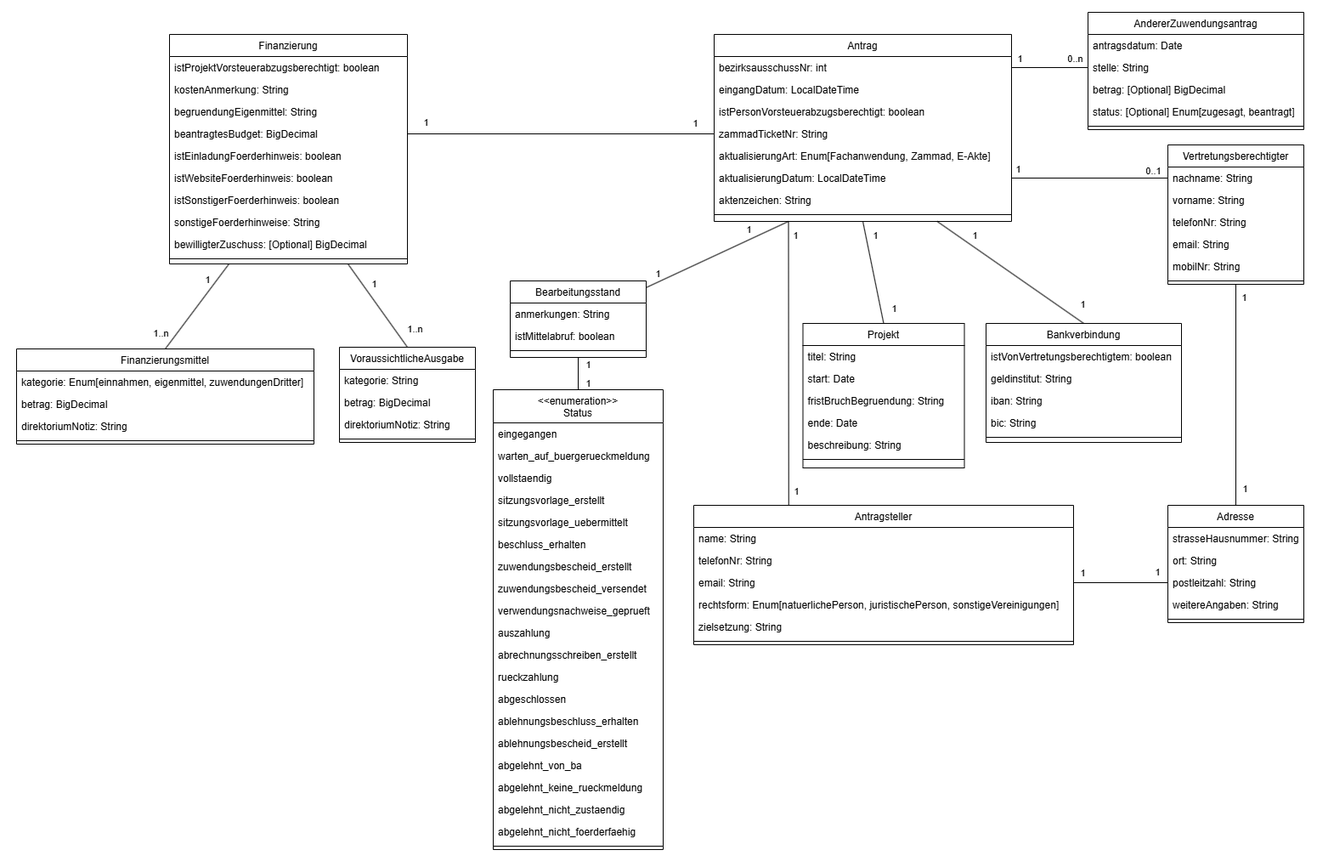
it-at-m/stadtbezirksbudget keeps this draw.io diagram as docs/src/development/data-model/data-model.png. Above is the earlier version. Source tidied: cells renumbered, new cells last; positions are measured from the earlier drawing's top-left corner, leaving out a move shared by most shapes.
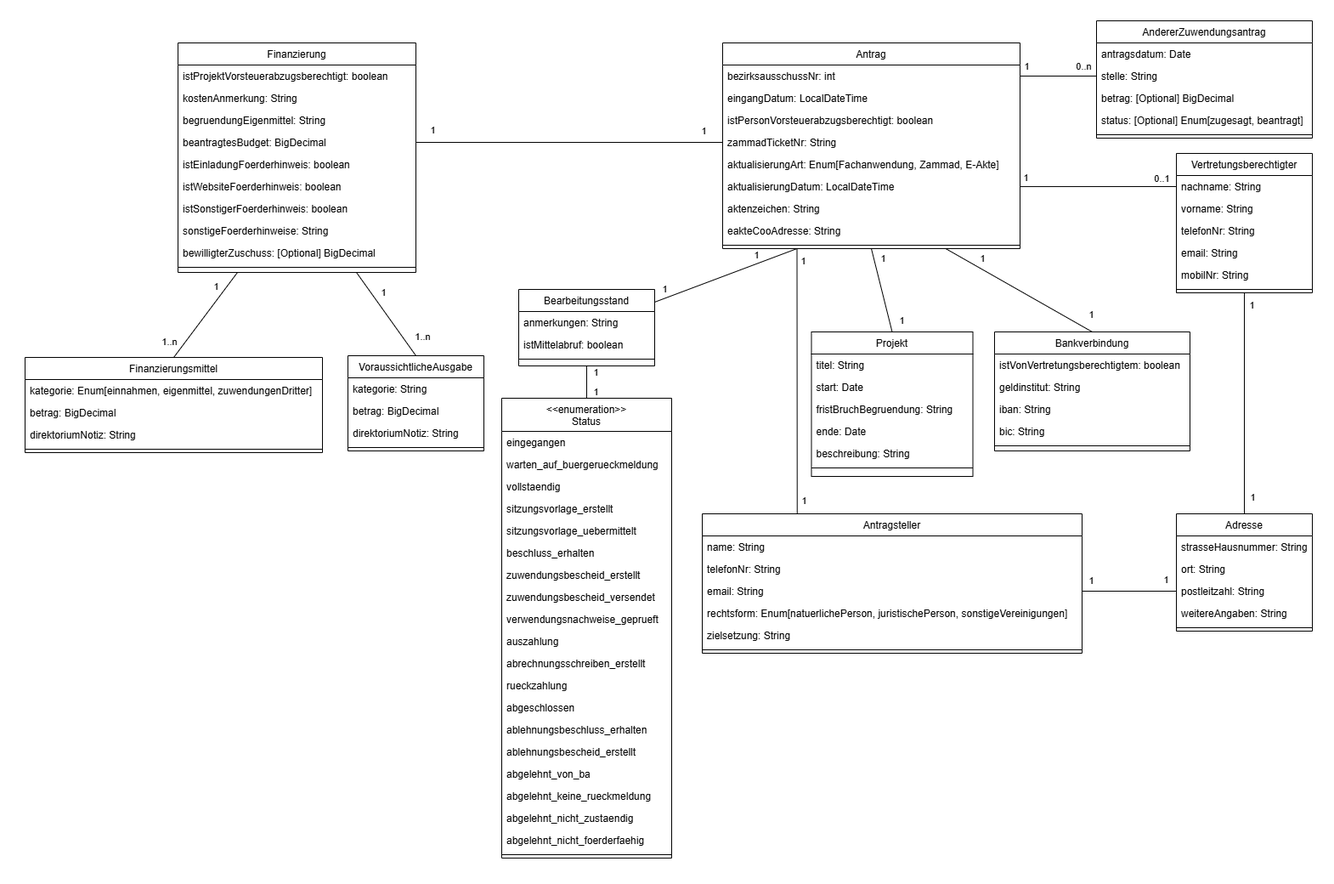
The same file after the commit.

Change to the diagram source:
```diff
@@ -45,7 +45,7 @@
       </mxGeometry>
     </mxCell>
     <mxCell id="12" value="Antrag" style="swimlane;fontStyle=0;align=center;verticalAlign=top;horizontal=1;startSize=26;rounded=0;shadow=0;strokeWidth=1;" parent="1" vertex="1">
-      <mxGeometry x="840" y="40" width="350" height="220" as="geometry" />
+      <mxGeometry x="840" y="40" width="350" height="242" as="geometry" />
     </mxCell>
     <mxCell id="13" value="bezirksausschussNr: int" style="text;align=left;verticalAlign=top;spacingLeft=4;spacingRight=4;overflow=hidden;points=[[0,0.5],[1,0.5]];portConstraint=eastwest;" parent="12" vertex="1">
       <mxGeometry y="26" width="350" height="26" as="geometry" />
@@ -68,8 +68,11 @@
     <mxCell id="19" value="aktenzeichen: String" style="text;align=left;verticalAlign=top;spacingLeft=4;spacingRight=4;overflow=hidden;rounded=0;shadow=0;html=0;" parent="12" vertex="1">
       <mxGeometry y="182" width="350" height="26" as="geometry" />
     </mxCell>
+    <mxCell id="133" value="eakteCooAdresse: String" style="text;align=left;verticalAlign=top;spacingLeft=4;spacingRight=4;overflow=hidden;rounded=0;shadow=0;html=0;" parent="12" vertex="1">
+      <mxGeometry y="208" width="350" height="26" as="geometry" />
+    </mxCell>
     <mxCell id="20" style="line;html=1;strokeWidth=1;align=left;verticalAlign=middle;spacingTop=-1;spacingLeft=3;spacingRight=3;labelPosition=right;" parent="12" vertex="1">
-      <mxGeometry y="208" width="350" height="8" as="geometry" />
+      <mxGeometry y="234" width="350" height="8" as="geometry" />
     </mxCell>
     <mxCell id="21" value="Antragsteller" style="swimlane;fontStyle=0;align=center;verticalAlign=top;horizontal=1;startSize=26;rounded=0;shadow=0;strokeWidth=1;" parent="1" vertex="1">
       <mxGeometry x="816" y="594" width="447" height="164" as="geometry" />
```
